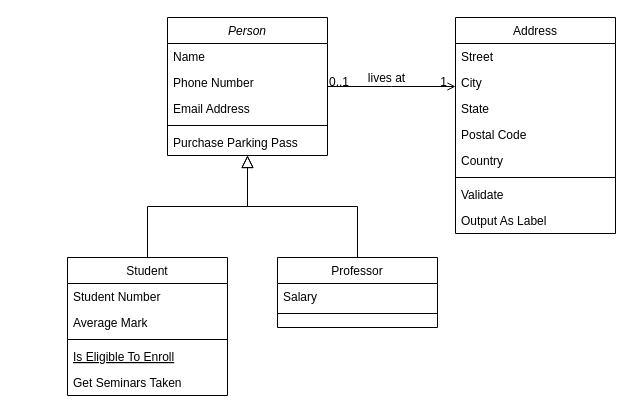
mk254/test keeps this draw.io diagram as Untitled Diagram.drawio. Above is the earlier version. Source tidied: cells renumbered, new cells numbered last; positions are measured from the earlier drawing's top-left corner, leaving out a move shared by most shapes. Both pictures are drawn from the tidied source at 100%, with x=0, y=0 at pixel (67, 17).
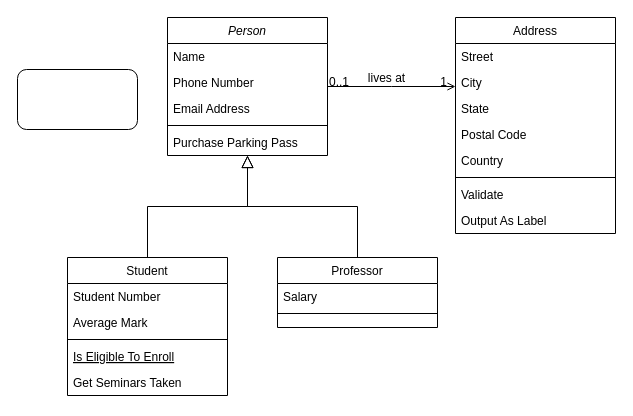
Above is the later version.

What changed in the source:
```diff
@@
+    <mxCell id="32" style="rounded=1;whiteSpace=wrap;html=1;" parent="1" vertex="1">
+      <mxGeometry x="-50" y="52" width="120" height="60" as="geometry" />
+    </mxCell>
```
